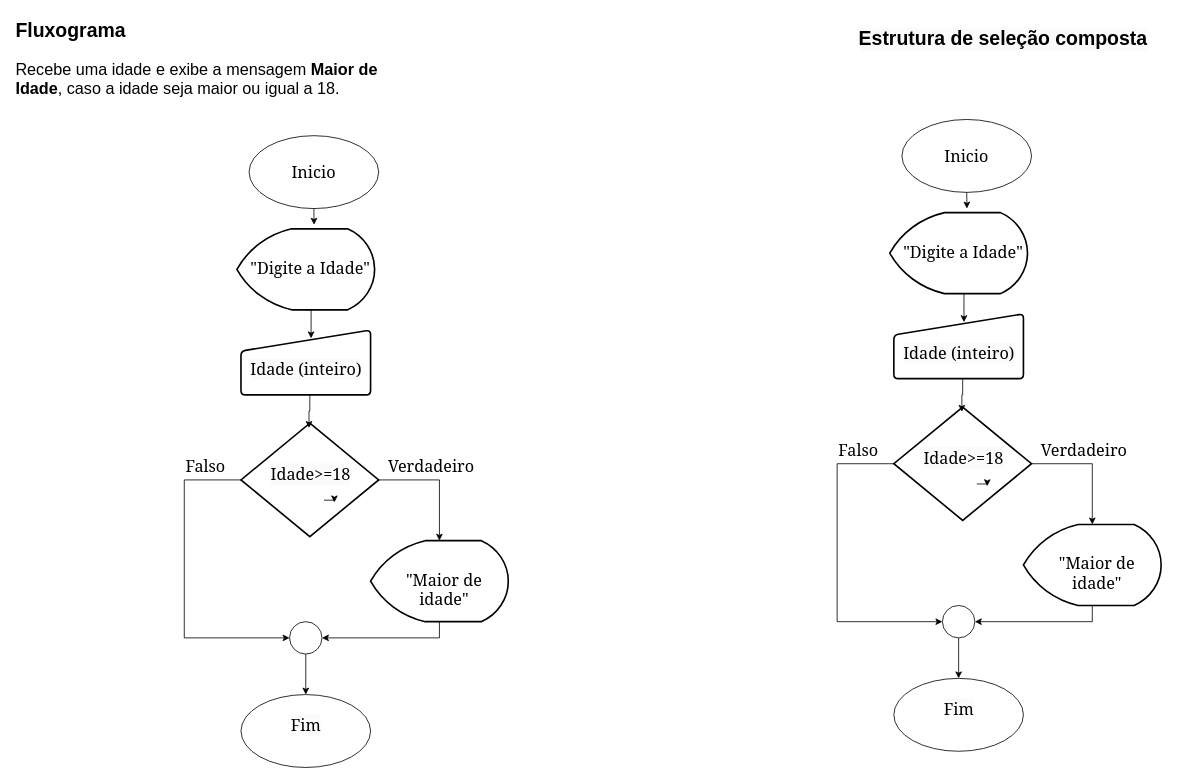
This is maiorOUigual.drawio from Buanasaur/Fluxogramas_FaculAtividades, a draw.io file, before an edit. Source tidied: cells renumbered, new cells numbered last; positions are measured from the earlier drawing's top-left corner, leaving out a move shared by most shapes. Both pictures are drawn from the tidied source at 81%, with x=0, y=0 at pixel (14, 14).
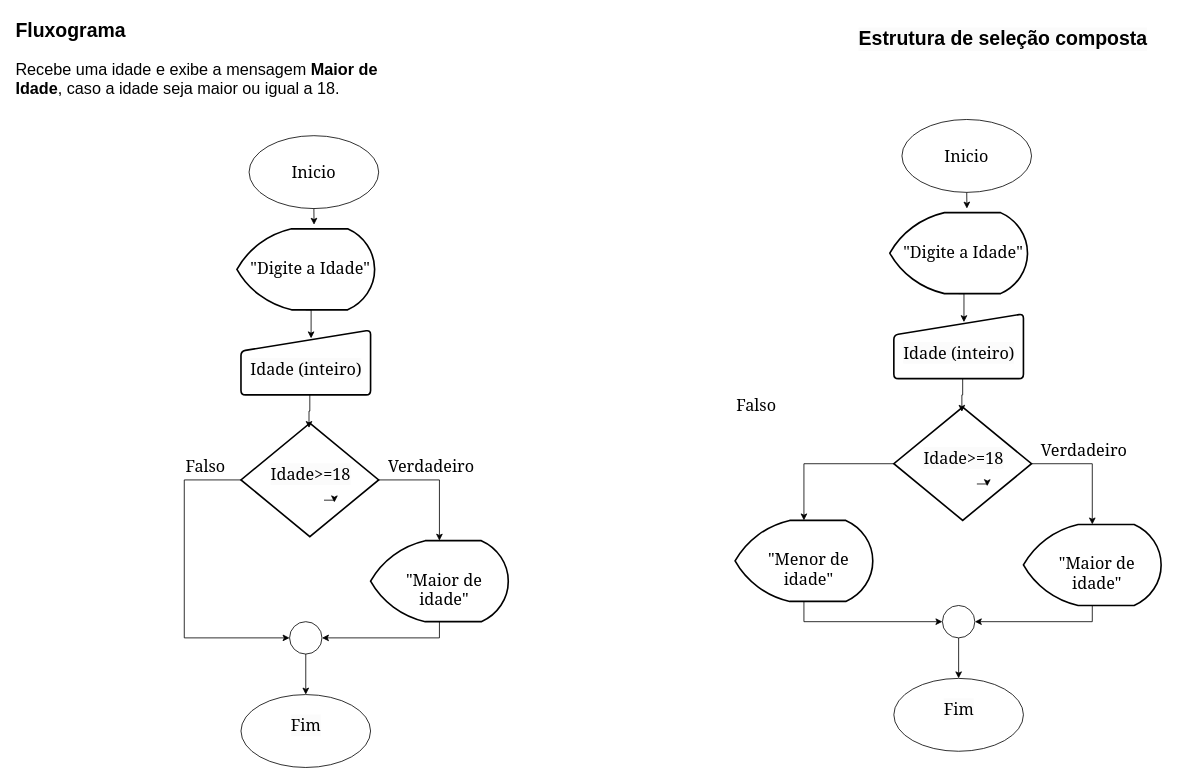
After the change.

The change refers to these unchanged cells:
```xml
<mxCell id="33" style="strokeWidth=2;html=1;shape=mxgraph.flowchart.decision;whiteSpace=wrap;" parent="1" vertex="1">
  <mxGeometry x="1086" y="485" width="170" height="140" as="geometry" />
</mxCell>
<mxCell id="36" style="verticalLabelPosition=bottom;verticalAlign=top;html=1;shape=mxgraph.flowchart.on-page_reference;" parent="1" vertex="1">
  <mxGeometry x="1146" y="730" width="40" height="40" as="geometry" />
</mxCell>
```

The edit, as a diff of the source:
```diff
@@
-    <mxCell id="44" style="edgeStyle=orthogonalEdgeStyle;rounded=0;jettySize=auto;html=1;exitX=0;exitY=0.5;exitDx=0;exitDy=0;exitPerimeter=0;entryX=0;entryY=0.5;entryDx=0;entryDy=0;entryPerimeter=0;" parent="1" edge="1" source="33" target="36">
-      <mxGeometry relative="1" as="geometry">
-        <Array as="points">
-          <mxPoint x="1016" y="555" />
-          <mxPoint x="1016" y="750" />
-        </Array>
-      </mxGeometry>
-    </mxCell>
@@
     <mxCell id="46" value="&lt;div style=&quot;text-align: center;&quot;&gt;&lt;font face=&quot;Georgia&quot;&gt;&lt;span style=&quot;font-size: 20px;&quot;&gt;Falso&lt;/span&gt;&lt;/font&gt;&lt;/div&gt;" style="text;whiteSpace=wrap;html=1;" parent="1" vertex="1">
-      <mxGeometry x="1016" y="520" width="160" height="40" as="geometry" />
+      <mxGeometry x="890" y="465" width="160" height="40" as="geometry" />
     </mxCell>
@@
+    <mxCell id="48" style="strokeWidth=2;html=1;shape=mxgraph.flowchart.display;whiteSpace=wrap;" parent="1" vertex="1">
+      <mxGeometry x="890" y="625" width="170" height="100" as="geometry" />
+    </mxCell>
+    <mxCell id="49" value="&lt;div style=&quot;text-align: center;&quot;&gt;&lt;span style=&quot;background-color: initial; font-size: 20px;&quot;&gt;&lt;font face=&quot;Georgia&quot;&gt;&quot;Menor de idade&lt;/font&gt;&lt;/span&gt;&lt;span style=&quot;font-family: Georgia; background-color: initial; font-size: 20px;&quot;&gt;&quot;&lt;/span&gt;&lt;/div&gt;" style="text;whiteSpace=wrap;html=1;" parent="1" vertex="1">
+      <mxGeometry x="900" y="655" width="160" height="40" as="geometry" />
+    </mxCell>
+    <mxCell id="50" style="edgeStyle=orthogonalEdgeStyle;rounded=0;jettySize=auto;html=1;exitX=0;exitY=0.5;exitDx=0;exitDy=0;exitPerimeter=0;entryX=0.5;entryY=0;entryDx=0;entryDy=0;entryPerimeter=0;" parent="1" edge="1" source="33" target="48">
+      <mxGeometry relative="1" as="geometry" />
+    </mxCell>
+    <mxCell id="51" style="edgeStyle=orthogonalEdgeStyle;rounded=0;jettySize=auto;html=1;exitX=0.5;exitY=1;exitDx=0;exitDy=0;exitPerimeter=0;entryX=0;entryY=0.5;entryDx=0;entryDy=0;entryPerimeter=0;" parent="1" edge="1" source="48" target="36">
+      <mxGeometry relative="1" as="geometry" />
+    </mxCell>
```
